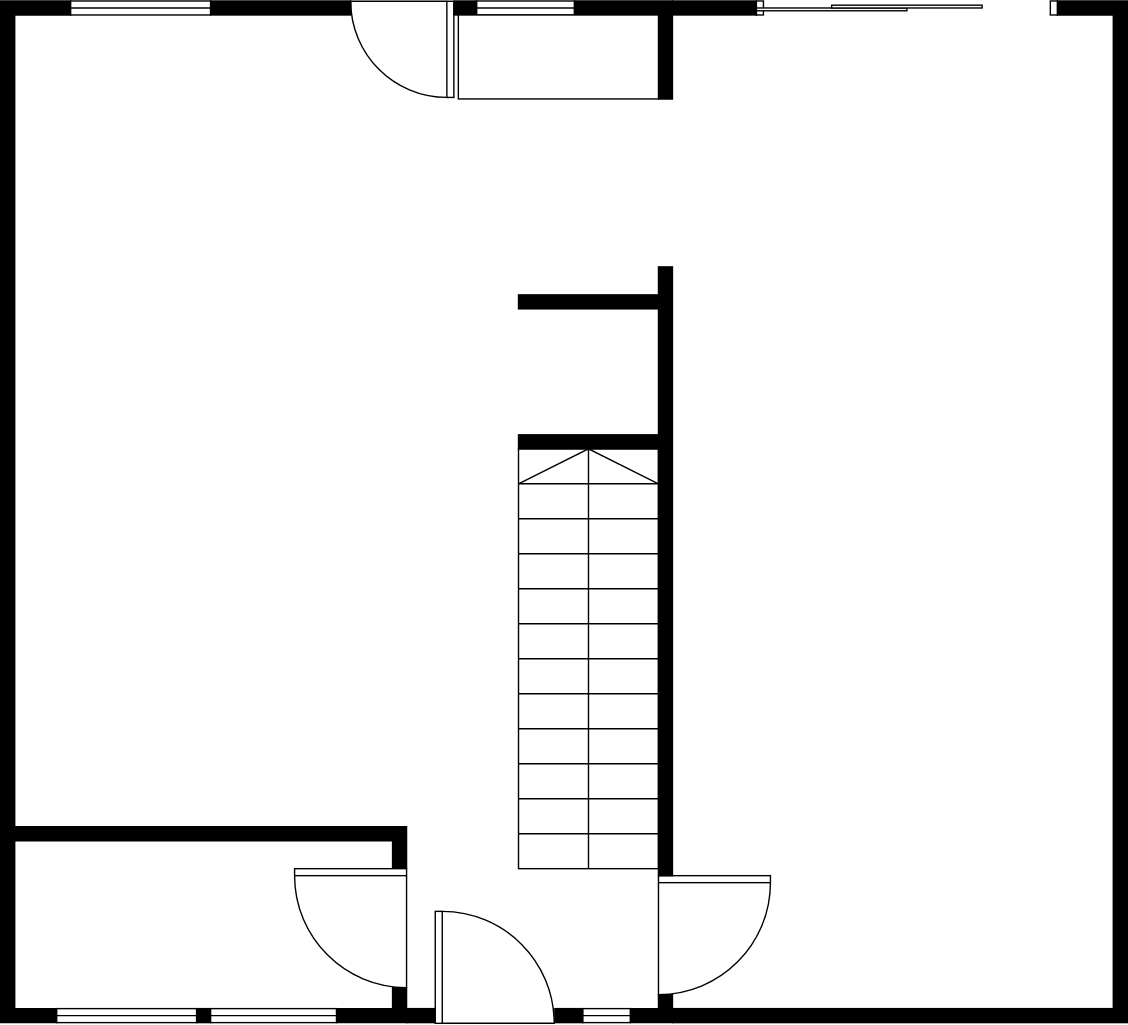
Above: home-automation/home-automation.drawio.svg in Jonnobrow/coffee-shop (draw.io), before the change. Source tidied: cells renumbered, new cells last; positions are measured from the earlier drawing's top-left corner, leaving out a move shared by most shapes.
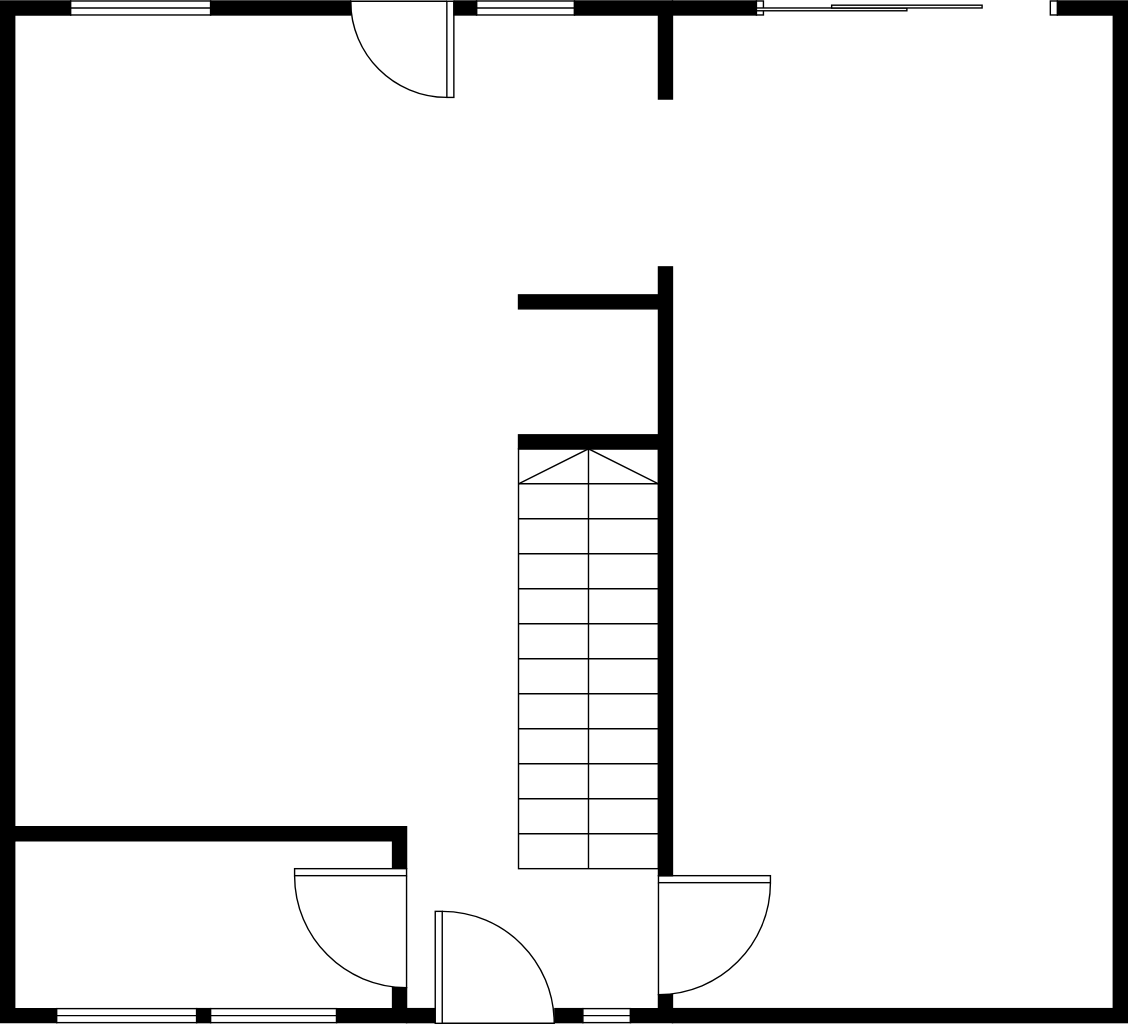
The same diagram one commit later.

Diff of the diagram source:
```diff
@@ -89,8 +89,5 @@
     <mxCell id="30" style="verticalLabelPosition=bottom;html=1;verticalAlign=top;align=center;shape=mxgraph.floorplan.wall;fillColor=strokeColor;" parent="2" vertex="1">
       <mxGeometry x="370" y="210" width="100" height="10" as="geometry" />
     </mxCell>
-    <mxCell id="31" style="rounded=0;whiteSpace=wrap;html=1;" parent="1" vertex="1">
-      <mxGeometry x="327" y="12" width="143" height="60" as="geometry" />
-    </mxCell>
   </root>
 </mxGraphModel>
```
